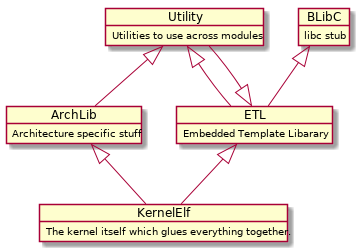
The PlantUML diagram Docs/ModuleDiagram.png in cbladt/BladtOS, before a commit.
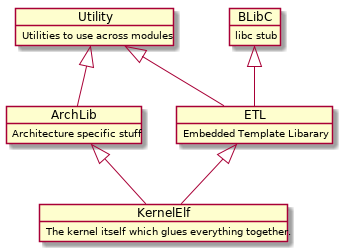
After the commit.

What changed in the source:
```diff
@@ -18,9 +18,8 @@
 BLibC <|-- ETL
 
 ArchLib <|-- KernelElf
+
 ETL <|-- KernelElf
-
-ETL <|-- Utility
 
 Utility <|-- ArchLib
 Utility <|-- ETL
```
